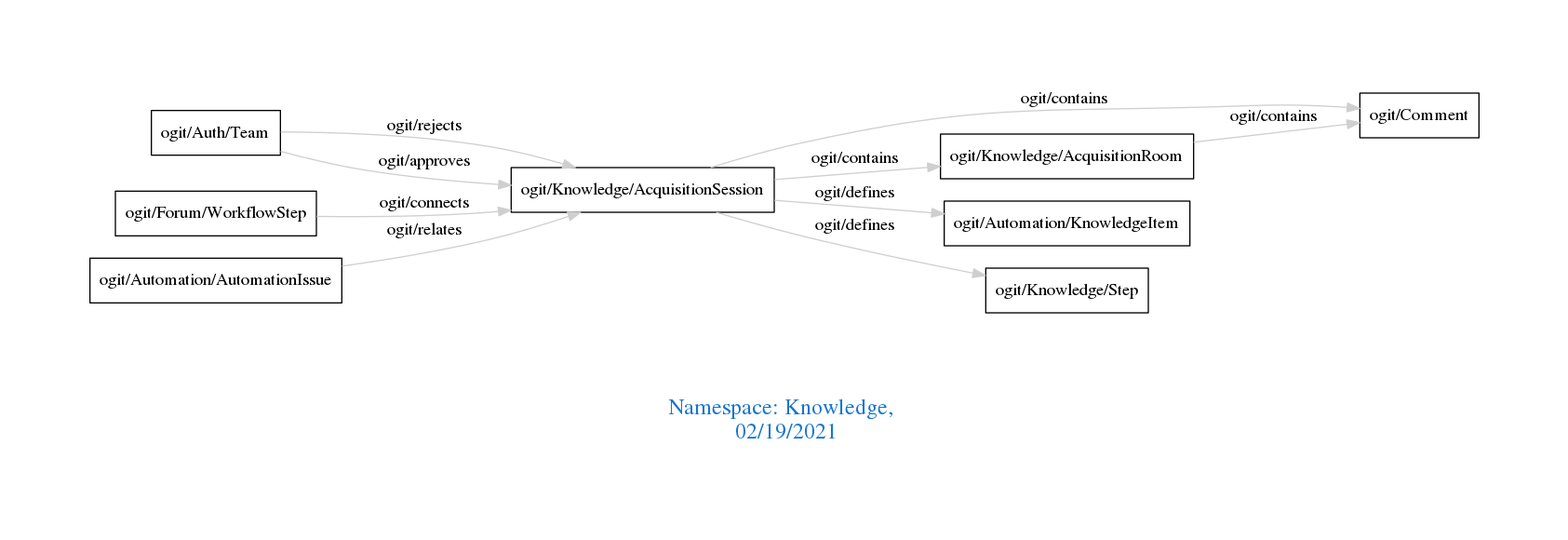
This is downloads/Knowledge.png from arago/OGIT, a Graphviz export, as it was before one commit. Its source is kept beside it as downloads/Knowledge.dot.
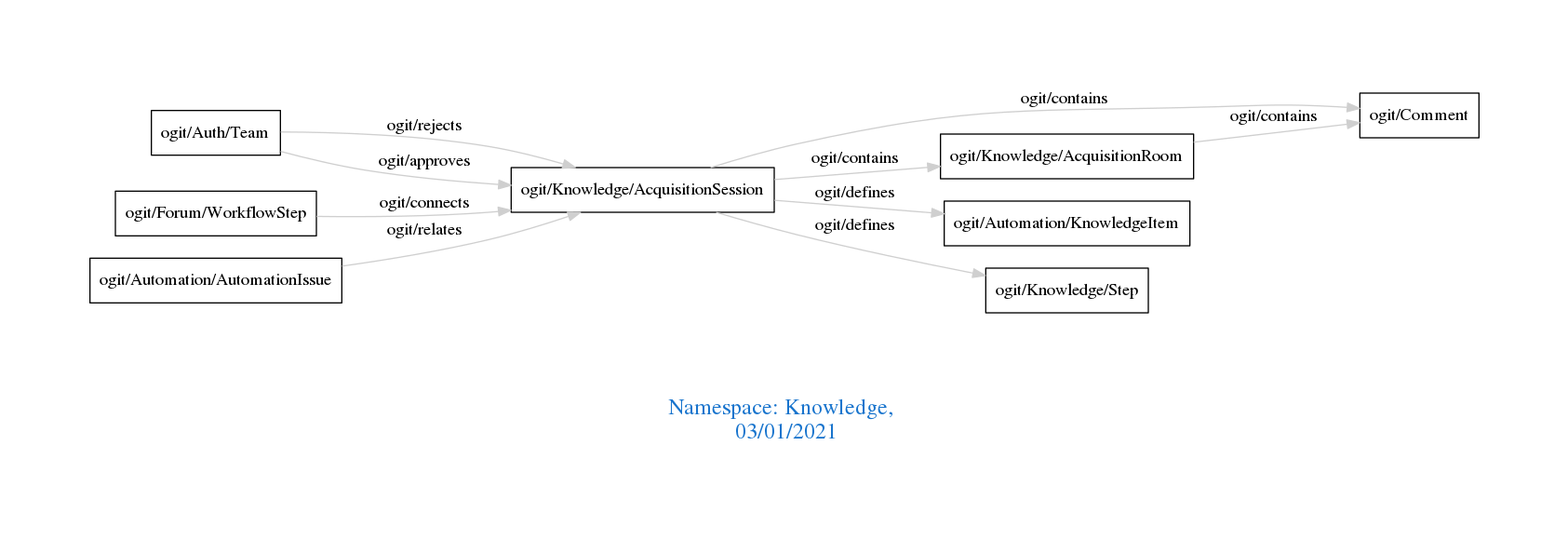
The same diagram one commit later.

What changed in the source:
```diff
@@ -1,7 +1,7 @@
 digraph OGIT_ontology {
  graph [ rankdir= LR,pad=1
 fontsize = 18,
-fontcolor= dodgerblue3,label = "\n\n\nNamespace: Knowledge, \n 02/19/2021"];
+fontcolor= dodgerblue3,label = "\n\n\nNamespace: Knowledge, \n 03/01/2021"];
 node[shape=polygon];
 edge [  color="gray81"];
 
```
